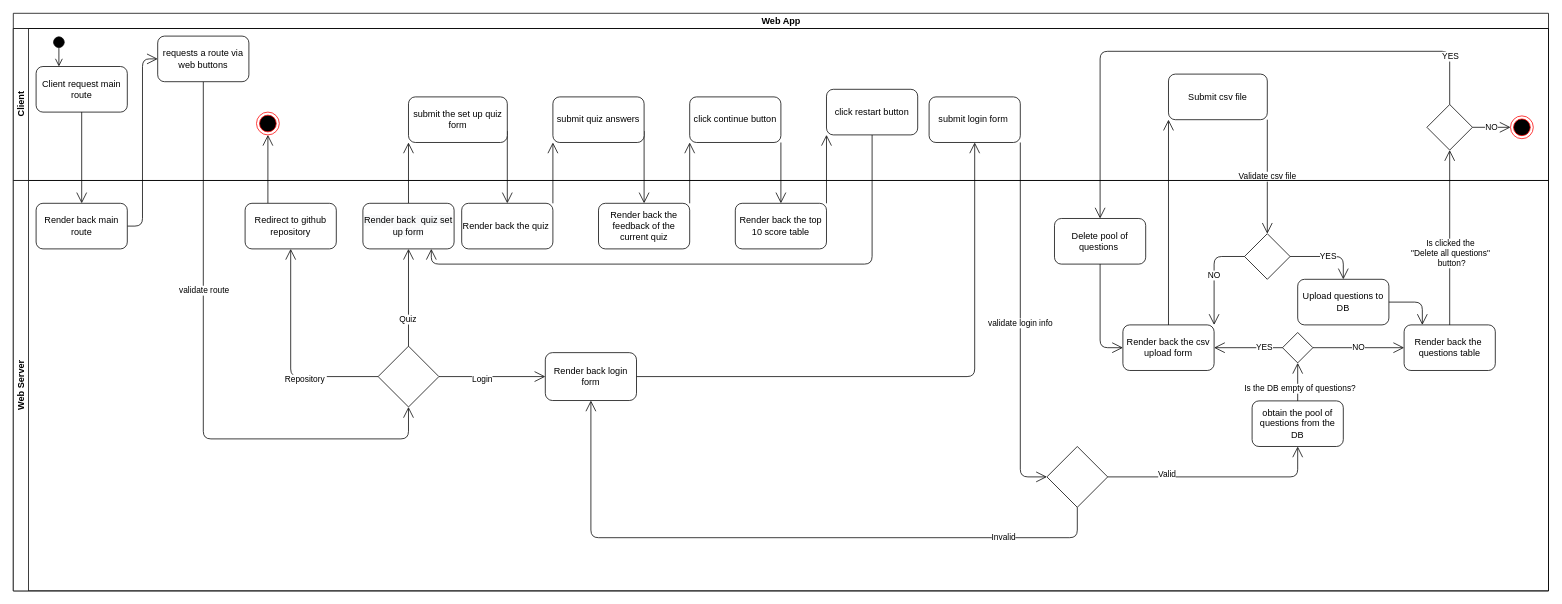
FelipeOsornio/QuizApp keeps this draw.io diagram as img/process-view.drawio. Above is the earlier version. Source tidied: cells renumbered, new cells numbered last; positions are measured from the earlier drawing's top-left corner, leaving out a move shared by most shapes. Both pictures are drawn from the tidied source at 76%, with x=0, y=0 at pixel (13, 13).
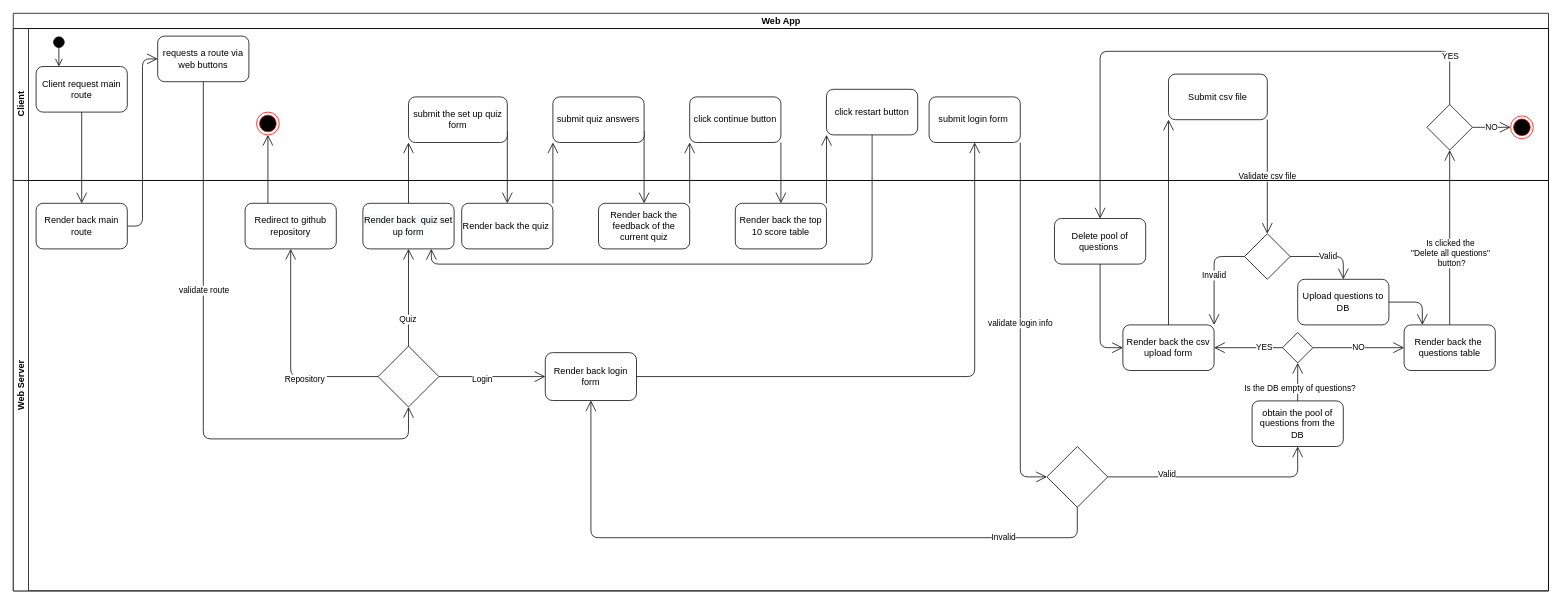
Above is the later version.

The change refers to these unchanged cells:
```xml
<mxCell id="36" value="Web Server" style="swimlane;html=1;startSize=20;horizontal=0;" parent="2" vertex="1">
  <mxGeometry y="220" width="2020" height="540" as="geometry" />
</mxCell>
<mxCell id="50" value="Upload questions to DB" style="rounded=1;whiteSpace=wrap;html=1;" parent="36" vertex="1">
  <mxGeometry x="1690" y="130" width="120" height="60" as="geometry" />
</mxCell>
<mxCell id="59" style="rhombus;whiteSpace=wrap;html=1;" parent="36" vertex="1">
  <mxGeometry x="1620" y="70" width="60" height="60" as="geometry" />
</mxCell>
<mxCell id="61" value="Render back the csv upload form" style="rounded=1;whiteSpace=wrap;html=1;" parent="36" vertex="1">
  <mxGeometry x="1460" y="190" width="120" height="60" as="geometry" />
</mxCell>
```

Change to the diagram source:
```diff
@@
-    <mxCell id="60" value="YES" style="endArrow=open;endFill=1;endSize=12;html=1;exitX=1;exitY=0.5;exitDx=0;exitDy=0;entryX=0.5;entryY=0;entryDx=0;entryDy=0;edgeStyle=orthogonalEdgeStyle;" parent="36" edge="1" source="59" target="50">
+    <mxCell id="60" value="Valid" style="endArrow=open;endFill=1;endSize=12;html=1;exitX=1;exitY=0.5;exitDx=0;exitDy=0;entryX=0.5;entryY=0;entryDx=0;entryDy=0;edgeStyle=orthogonalEdgeStyle;" parent="36" edge="1" source="59" target="50">
       <mxGeometry relative="1" as="geometry" />
     </mxCell>
@@
-    <mxCell id="69" value="NO" style="endArrow=open;endFill=1;endSize=12;html=1;exitX=0;exitY=0.5;exitDx=0;exitDy=0;entryX=1;entryY=0;entryDx=0;entryDy=0;edgeStyle=orthogonalEdgeStyle;" parent="36" edge="1" source="59" target="61">
+    <mxCell id="69" value="Invalid" style="endArrow=open;endFill=1;endSize=12;html=1;exitX=0;exitY=0.5;exitDx=0;exitDy=0;entryX=1;entryY=0;entryDx=0;entryDy=0;edgeStyle=orthogonalEdgeStyle;" parent="36" edge="1" source="59" target="61">
       <mxGeometry relative="1" as="geometry" />
     </mxCell>
```
